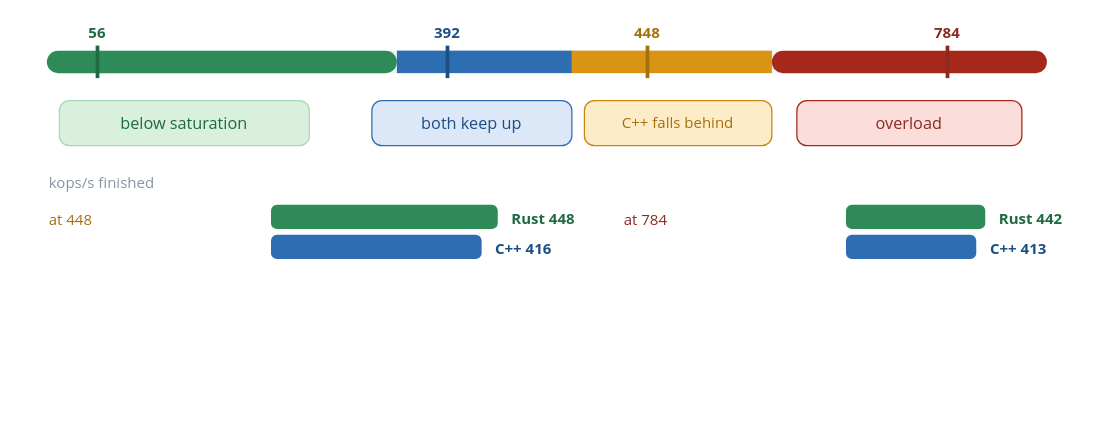
Earlier version of the draw.io diagram diagrams/30_load_regimes.drawio (VienThanh12/Master-Thesis). Source tidied: cells renumbered, new cells numbered last; positions are measured from the earlier drawing's top-left corner, leaving out a move shared by most shapes. Both pictures are drawn from the tidied source at 125%, with x=0, y=0 at pixel (46, 21).
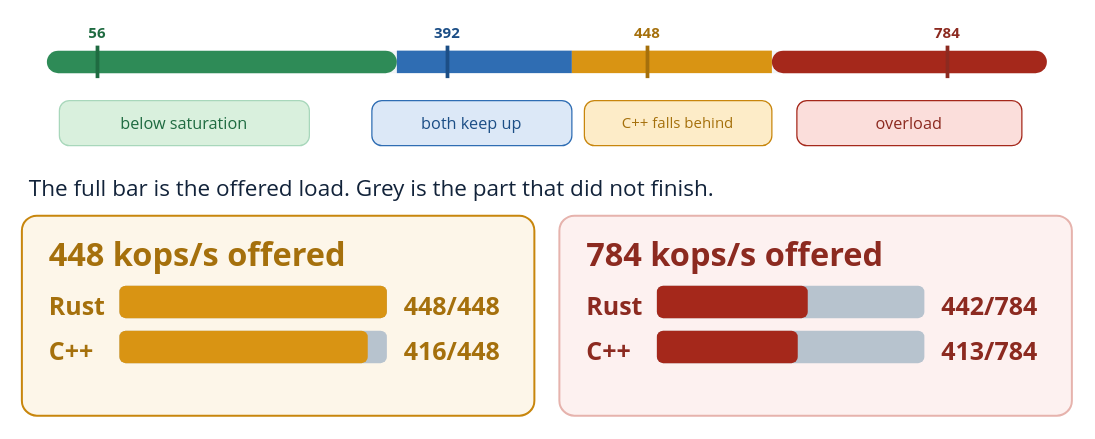
The same diagram, later.

What changed in the source:
```diff
@@
-    <mxCell id="19" value="kops/s finished" style="text;html=1;strokeColor=none;fillColor=none;whiteSpace=nowrap;align=left;verticalAlign=middle;fontSize=12;fontColor=#8794a3;fontFamily=Segoe UI;" parent="1" vertex="1">
-      <mxGeometry y="119.6" width="98.1" height="18" as="geometry" />
+    <mxCell id="19" value="The full bar is the offered load. Grey is the part that did not finish." style="text;html=1;strokeColor=none;fillColor=none;whiteSpace=nowrap;align=left;verticalAlign=middle;fontSize=18;fontColor=#12233a;fontFamily=Segoe UI;" parent="1" vertex="1">
+      <mxGeometry x="-16" y="119.9" width="696.5" height="27" as="geometry" />
     </mxCell>
-    <mxCell id="20" value="at 448" style="text;html=1;strokeColor=none;fillColor=none;whiteSpace=nowrap;align=left;verticalAlign=middle;fontSize=12;fontColor=#a5700c;fontFamily=Segoe UI;" parent="1" vertex="1">
-      <mxGeometry y="149.6" width="39.2" height="18" as="geometry" />
+    <mxCell id="20" style="rounded=1;whiteSpace=wrap;html=1;absoluteArcSize=1;arcSize=24;fillColor=#fdf6e9;strokeColor=#c8860d;strokeWidth=1.6;" parent="1" vertex="1">
+      <mxGeometry x="-20" y="155" width="410" height="160" as="geometry" />
     </mxCell>
-    <mxCell id="21" style="rounded=1;whiteSpace=wrap;html=1;absoluteArcSize=1;arcSize=8;fillColor=#2e8b57;strokeColor=#2e8b57;strokeWidth=1.4;" parent="1" vertex="1">
-      <mxGeometry x="180" y="147" width="180" height="18" as="geometry" />
+    <mxCell id="21" value="448 kops/s offered" style="text;html=1;strokeColor=none;fillColor=none;whiteSpace=nowrap;align=left;verticalAlign=middle;fontSize=26;fontColor=#a5700c;fontFamily=Segoe UI;fontStyle=1;" parent="1" vertex="1">
+      <mxGeometry y="166.3" width="255.1" height="39" as="geometry" />
     </mxCell>
-    <mxCell id="22" value="Rust  448" style="text;html=1;strokeColor=none;fillColor=none;whiteSpace=nowrap;align=left;verticalAlign=middle;fontSize=12;fontColor=#1f6b41;fontFamily=Segoe UI;fontStyle=1;" parent="1" vertex="1">
-      <mxGeometry x="370" y="148.6" width="58.9" height="18" as="geometry" />
+    <mxCell id="22" value="Rust" style="text;html=1;strokeColor=none;fillColor=none;whiteSpace=nowrap;align=left;verticalAlign=middle;fontSize=20;fontColor=#a5700c;fontFamily=Segoe UI;fontStyle=1;" parent="1" vertex="1">
+      <mxGeometry y="212" width="43.6" height="30" as="geometry" />
     </mxCell>
-    <mxCell id="23" style="rounded=1;whiteSpace=wrap;html=1;absoluteArcSize=1;arcSize=8;fillColor=#2f6db3;strokeColor=#2f6db3;strokeWidth=1.4;" parent="1" vertex="1">
-      <mxGeometry x="180" y="171" width="167.1" height="18" as="geometry" />
+    <mxCell id="23" style="rounded=1;whiteSpace=wrap;html=1;absoluteArcSize=1;arcSize=10;fillColor=#b7c3ce;strokeColor=none;" parent="1" vertex="1">
+      <mxGeometry x="58" y="211" width="214" height="26" as="geometry" />
     </mxCell>
-    <mxCell id="24" value="C++  416" style="text;html=1;strokeColor=none;fillColor=none;whiteSpace=nowrap;align=left;verticalAlign=middle;fontSize=12;fontColor=#1c4e86;fontFamily=Segoe UI;fontStyle=1;" parent="1" vertex="1">
-      <mxGeometry x="357.1" y="172.6" width="52.3" height="18" as="geometry" />
+    <mxCell id="24" style="rounded=1;whiteSpace=wrap;html=1;absoluteArcSize=1;arcSize=10;fillColor=#d99413;strokeColor=none;" parent="1" vertex="1">
+      <mxGeometry x="58" y="211" width="214" height="26" as="geometry" />
     </mxCell>
-    <mxCell id="25" value="at 784" style="text;html=1;strokeColor=none;fillColor=none;whiteSpace=nowrap;align=left;verticalAlign=middle;fontSize=12;fontColor=#8c2a20;fontFamily=Segoe UI;" parent="1" vertex="1">
-      <mxGeometry x="460" y="149.6" width="39.2" height="18" as="geometry" />
+    <mxCell id="25" value="448/448" style="text;html=1;strokeColor=none;fillColor=none;whiteSpace=nowrap;align=left;verticalAlign=middle;fontSize=20;fontColor=#a5700c;fontFamily=Segoe UI;fontStyle=1;" parent="1" vertex="1">
+      <mxGeometry x="284" y="212" width="76.3" height="30" as="geometry" />
     </mxCell>
-    <mxCell id="26" style="rounded=1;whiteSpace=wrap;html=1;absoluteArcSize=1;arcSize=8;fillColor=#2e8b57;strokeColor=#2e8b57;strokeWidth=1.4;" parent="1" vertex="1">
-      <mxGeometry x="640" y="147" width="110" height="18" as="geometry" />
+    <mxCell id="26" value="C++" style="text;html=1;strokeColor=none;fillColor=none;whiteSpace=nowrap;align=left;verticalAlign=middle;fontSize=20;fontColor=#a5700c;fontFamily=Segoe UI;fontStyle=1;" parent="1" vertex="1">
+      <mxGeometry y="248" width="32.7" height="30" as="geometry" />
     </mxCell>
-    <mxCell id="27" value="Rust  442" style="text;html=1;strokeColor=none;fillColor=none;whiteSpace=nowrap;align=left;verticalAlign=middle;fontSize=12;fontColor=#1f6b41;fontFamily=Segoe UI;fontStyle=1;" parent="1" vertex="1">
-      <mxGeometry x="760" y="148.6" width="58.9" height="18" as="geometry" />
+    <mxCell id="27" style="rounded=1;whiteSpace=wrap;html=1;absoluteArcSize=1;arcSize=10;fillColor=#b7c3ce;strokeColor=none;" parent="1" vertex="1">
+      <mxGeometry x="58" y="247" width="214" height="26" as="geometry" />
     </mxCell>
-    <mxCell id="28" style="rounded=1;whiteSpace=wrap;html=1;absoluteArcSize=1;arcSize=8;fillColor=#2f6db3;strokeColor=#2f6db3;strokeWidth=1.4;" parent="1" vertex="1">
-      <mxGeometry x="640" y="171" width="102.8" height="18" as="geometry" />
+    <mxCell id="28" style="rounded=1;whiteSpace=wrap;html=1;absoluteArcSize=1;arcSize=10;fillColor=#d99413;strokeColor=none;" parent="1" vertex="1">
+      <mxGeometry x="58" y="247" width="198.7" height="26" as="geometry" />
     </mxCell>
-    <mxCell id="29" value="C++  413" style="text;html=1;strokeColor=none;fillColor=none;whiteSpace=nowrap;align=left;verticalAlign=middle;fontSize=12;fontColor=#1c4e86;fontFamily=Segoe UI;fontStyle=1;" parent="1" vertex="1">
-      <mxGeometry x="752.8" y="172.6" width="52.3" height="18" as="geometry" />
+    <mxCell id="29" value="416/448" style="text;html=1;strokeColor=none;fillColor=none;whiteSpace=nowrap;align=left;verticalAlign=middle;fontSize=20;fontColor=#a5700c;fontFamily=Segoe UI;fontStyle=1;" parent="1" vertex="1">
+      <mxGeometry x="284" y="248" width="76.3" height="30" as="geometry" />
     </mxCell>
+    <mxCell id="30" style="rounded=1;whiteSpace=wrap;html=1;absoluteArcSize=1;arcSize=24;fillColor=#fdf1f0;strokeColor=#e6b3ad;strokeWidth=1.6;" parent="1" vertex="1">
+      <mxGeometry x="410" y="155" width="410" height="160" as="geometry" />
+    </mxCell>
+    <mxCell id="31" value="784 kops/s offered" style="text;html=1;strokeColor=none;fillColor=none;whiteSpace=nowrap;align=left;verticalAlign=middle;fontSize=26;fontColor=#8c2a20;fontFamily=Segoe UI;fontStyle=1;" parent="1" vertex="1">
+      <mxGeometry x="430" y="166.3" width="255.1" height="39" as="geometry" />
+    </mxCell>
+    <mxCell id="32" value="Rust" style="text;html=1;strokeColor=none;fillColor=none;whiteSpace=nowrap;align=left;verticalAlign=middle;fontSize=20;fontColor=#8c2a20;fontFamily=Segoe UI;fontStyle=1;" parent="1" vertex="1">
+      <mxGeometry x="430" y="212" width="43.6" height="30" as="geometry" />
+    </mxCell>
+    <mxCell id="33" style="rounded=1;whiteSpace=wrap;html=1;absoluteArcSize=1;arcSize=10;fillColor=#b7c3ce;strokeColor=none;" parent="1" vertex="1">
+      <mxGeometry x="488" y="211" width="214" height="26" as="geometry" />
+    </mxCell>
+    <mxCell id="34" style="rounded=1;whiteSpace=wrap;html=1;absoluteArcSize=1;arcSize=10;fillColor=#a5281b;strokeColor=none;" parent="1" vertex="1">
+      <mxGeometry x="488" y="211" width="120.7" height="26" as="geometry" />
+    </mxCell>
+    <mxCell id="35" value="442/784" style="text;html=1;strokeColor=none;fillColor=none;whiteSpace=nowrap;align=left;verticalAlign=middle;fontSize=20;fontColor=#8c2a20;fontFamily=Segoe UI;fontStyle=1;" parent="1" vertex="1">
+      <mxGeometry x="714" y="212" width="76.3" height="30" as="geometry" />
+    </mxCell>
+    <mxCell id="36" value="C++" style="text;html=1;strokeColor=none;fillColor=none;whiteSpace=nowrap;align=left;verticalAlign=middle;fontSize=20;fontColor=#8c2a20;fontFamily=Segoe UI;fontStyle=1;" parent="1" vertex="1">
+      <mxGeometry x="430" y="248" width="32.7" height="30" as="geometry" />
+    </mxCell>
+    <mxCell id="37" style="rounded=1;whiteSpace=wrap;html=1;absoluteArcSize=1;arcSize=10;fillColor=#b7c3ce;strokeColor=none;" parent="1" vertex="1">
+      <mxGeometry x="488" y="247" width="214" height="26" as="geometry" />
+    </mxCell>
+    <mxCell id="38" style="rounded=1;whiteSpace=wrap;html=1;absoluteArcSize=1;arcSize=10;fillColor=#a5281b;strokeColor=none;" parent="1" vertex="1">
+      <mxGeometry x="488" y="247" width="112.7" height="26" as="geometry" />
+    </mxCell>
+    <mxCell id="39" value="413/784" style="text;html=1;strokeColor=none;fillColor=none;whiteSpace=nowrap;align=left;verticalAlign=middle;fontSize=20;fontColor=#8c2a20;fontFamily=Segoe UI;fontStyle=1;" parent="1" vertex="1">
+      <mxGeometry x="714" y="248" width="76.3" height="30" as="geometry" />
+    </mxCell>
```
